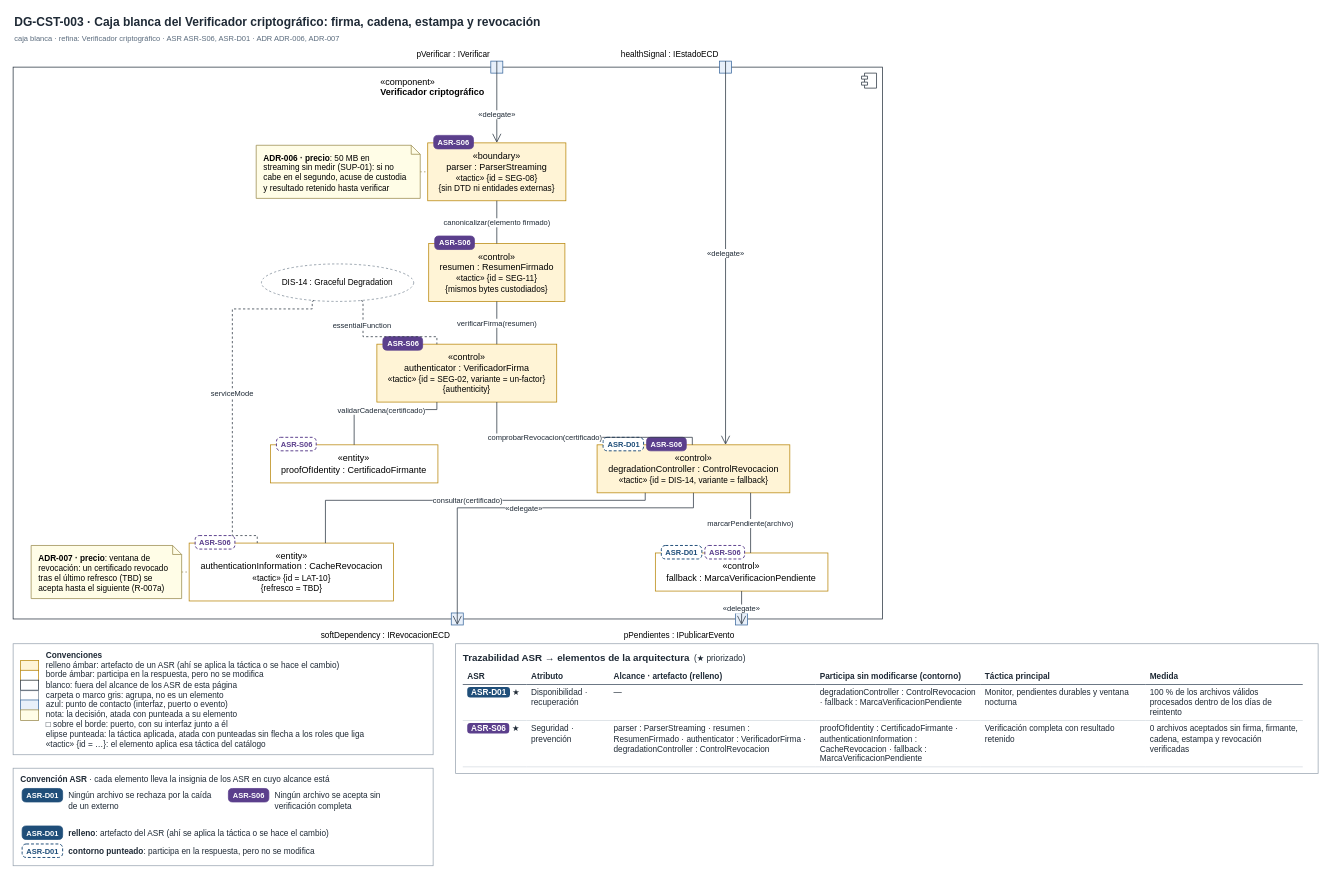
Earlier version of the draw.io diagram page "DG-CST-003 · Verificador criptográfico (caja blanca)" (4 of 4) of docs/modelos/drawio/vista-componentes.drawio (MATI-MBIT/arqsoft-reto-4). Source tidied: cells renumbered, new cells numbered last; positions are measured from the earlier drawing's top-left corner, leaving out a move shared by most shapes. Both pictures are drawn from the tidied source at 75%, with x=0, y=0 at pixel (13, 13).
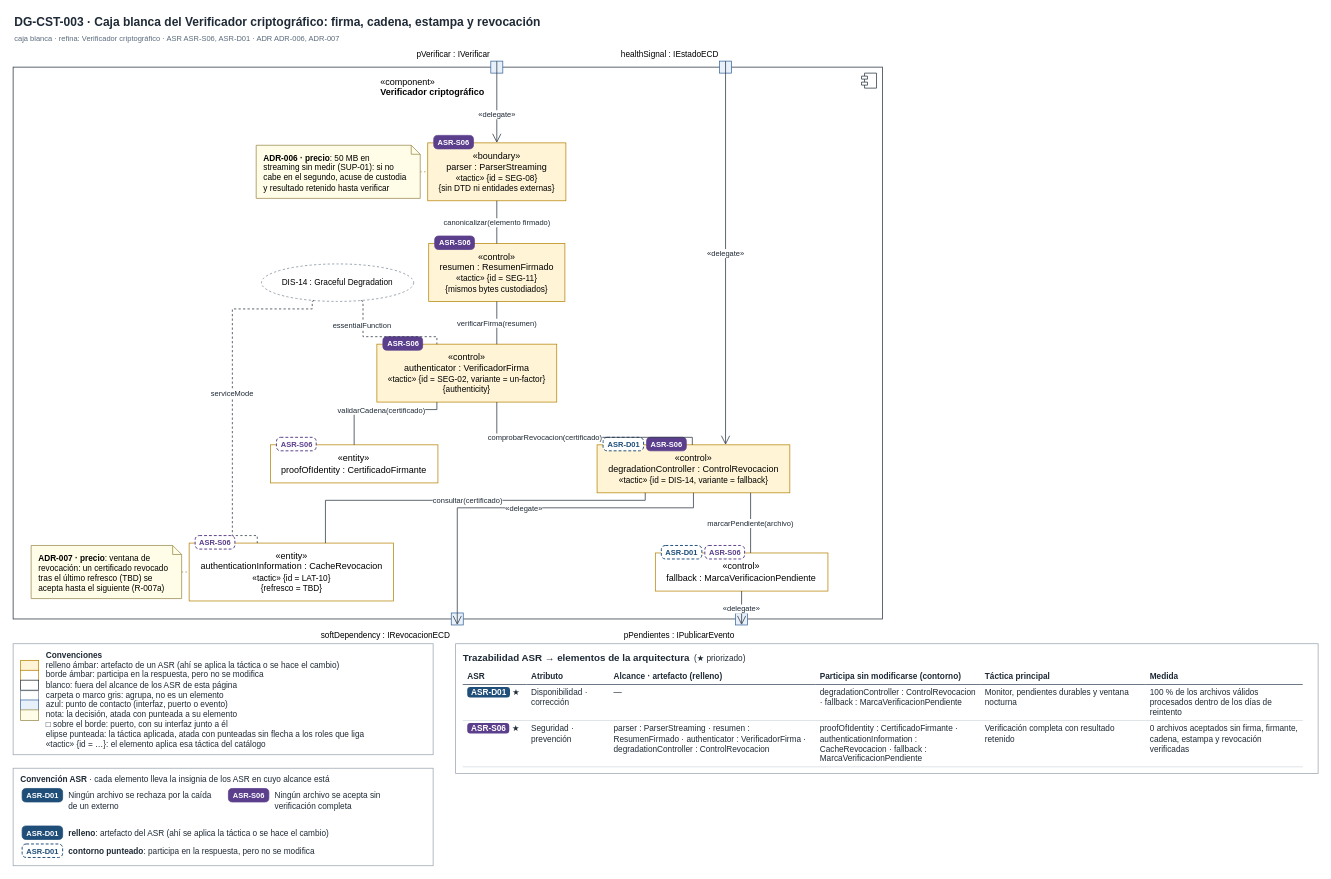
Above is the later version.

The edit, as a diff of the source:
```diff
@@
-    <mxCell id="59" value="&lt;b style=&quot;font-size:13px&quot;&gt;Trazabilidad ASR → elementos de la arquitectura&lt;/b&gt; &amp;nbsp;(★ priorizado)&lt;table style=&quot;border-collapse:collapse;table-layout:fixed;width:1120px;margin-top:6px;font-size:11px&quot;&gt;&lt;tr&gt;&lt;th style=&quot;border-bottom:1.5px solid #3B4B5C;text-align:left;padding:4px 6px;width:73px&quot;&gt;ASR&lt;/th&gt;&lt;th style=&quot;border-bottom:1.5px solid #3B4B5C;text-align:left;padding:4px 6px;width:98px&quot;&gt;Atributo&lt;/th&gt;&lt;th style=&quot;border-bottom:1.5px solid #3B4B5C;text-align:left;padding:4px 6px;width:263px&quot;&gt;Alcance · artefacto (relleno)&lt;/th&gt;&lt;th style=&quot;border-bottom:1.5px solid #3B4B5C;text-align:left;padding:4px 6px;width:208px&quot;&gt;Participa sin modificarse (contorno)&lt;/th&gt;&lt;th style=&quot;border-bottom:1.5px solid #3B4B5C;text-align:left;padding:4px 6px;width:208px&quot;&gt;Táctica principal&lt;/th&gt;&lt;th style=&quot;border-bottom:1.5px solid #3B4B5C;text-align:left;padding:4px 6px;width:198px&quot;&gt;Medida&lt;/th&gt;&lt;/tr&gt;&lt;tr&gt;&lt;td style=&quot;border-bottom:1px solid #D5DBE1;padding:4px 6px;vertical-align:top;white-space:nowrap&quot;&gt;&lt;span style=&quot;background:#1F4E79;color:#fff;font-weight:bold;padding:1px 5px;border-radius:4px&quot;&gt;ASR-D01&lt;/span&gt; ★&lt;/td&gt;&lt;td style=&quot;border-bottom:1px solid #D5DBE1;padding:4px 6px;vertical-align:top&quot;&gt;Disponibilidad · recuperación&lt;/td&gt;&lt;td style=&quot;border-bottom:1px solid #D5DBE1;padding:4px 6px;vertical-align:top&quot;&gt;—&lt;/td&gt;&lt;td style=&quot;border-bottom:1px solid #D5DBE1;padding:4px 6px;vertical-align:top&quot;&gt;degradationController : ControlRevocacion · fallback : MarcaVerificacionPendiente&lt;/td&gt;&lt;td style=&quot;border-bottom:1px solid #D5DBE1;padding:4px 6px;vertical-align:top&quot;&gt;Monitor, pendientes durables y ventana nocturna&lt;/td&gt;&lt;td style=&quot;border-bottom:1px solid #D5DBE1;padding:4px 6px;vertical-align:top&quot;&gt;100 % de los archivos válidos procesados dentro de los días de reintento&lt;/td&gt;&lt;/tr&gt;&lt;tr&gt;&lt;td style=&quot;border-bottom:1px solid #D5DBE1;padding:4px 6px;vertical-align:top;white-space:nowrap&quot;&gt;&lt;span style=&quot;background:#5B3F8C;color:#fff;font-weight:bold;padding:1px 5px;border-radius:4px&quot;&gt;ASR-S06&lt;/span&gt; ★&lt;/td&gt;&lt;td style=&quot;border-bottom:1px solid #D5DBE1;padding:4px 6px;vertical-align:top&quot;&gt;Seguridad · prevención&lt;/td&gt;&lt;td style=&quot;border-bottom:1px solid #D5DBE1;padding:4px 6px;vertical-align:top&quot;&gt;parser : ParserStreaming · resumen : ResumenFirmado · authenticator : VerificadorFirma · degradationController : ControlRevocacion&lt;/td&gt;&lt;td style=&quot;border-bottom:1px solid #D5DBE1;padding:4px 6px;vertical-align:top&quot;&gt;proofOfIdentity : CertificadoFirmante · authenticationInformation : CacheRevocacion · fallback : MarcaVerificacionPendiente&lt;/td&gt;&lt;td style=&quot;border-bottom:1px solid #D5DBE1;padding:4px 6px;vertical-align:top&quot;&gt;Verificación completa con resultado retenido&lt;/td&gt;&lt;td style=&quot;border-bottom:1px solid #D5DBE1;padding:4px 6px;vertical-align:top&quot;&gt;0 archivos aceptados sin firma, firmante, cadena, estampa y revocación verificadas&lt;/td&gt;&lt;/tr&gt;&lt;/table&gt;" style="text;rounded=0;whiteSpace=wrap;html=1;fillColor=#FFFFFF;strokeColor=#9AA5B1;align=left;verticalAlign=top;spacingLeft=8;spacingRight=8;spacingTop=4;fontFamily=Helvetica;fontSize=11;fontColor=#1F2A36;" parent="1" vertex="1">
+    <mxCell id="59" value="&lt;b style=&quot;font-size:13px&quot;&gt;Trazabilidad ASR → elementos de la arquitectura&lt;/b&gt; &amp;nbsp;(★ priorizado)&lt;table style=&quot;border-collapse:collapse;table-layout:fixed;width:1120px;margin-top:6px;font-size:11px&quot;&gt;&lt;tr&gt;&lt;th style=&quot;border-bottom:1.5px solid #3B4B5C;text-align:left;padding:4px 6px;width:73px&quot;&gt;ASR&lt;/th&gt;&lt;th style=&quot;border-bottom:1.5px solid #3B4B5C;text-align:left;padding:4px 6px;width:98px&quot;&gt;Atributo&lt;/th&gt;&lt;th style=&quot;border-bottom:1.5px solid #3B4B5C;text-align:left;padding:4px 6px;width:263px&quot;&gt;Alcance · artefacto (relleno)&lt;/th&gt;&lt;th style=&quot;border-bottom:1.5px solid #3B4B5C;text-align:left;padding:4px 6px;width:208px&quot;&gt;Participa sin modificarse (contorno)&lt;/th&gt;&lt;th style=&quot;border-bottom:1.5px solid #3B4B5C;text-align:left;padding:4px 6px;width:208px&quot;&gt;Táctica principal&lt;/th&gt;&lt;th style=&quot;border-bottom:1.5px solid #3B4B5C;text-align:left;padding:4px 6px;width:198px&quot;&gt;Medida&lt;/th&gt;&lt;/tr&gt;&lt;tr&gt;&lt;td style=&quot;border-bottom:1px solid #D5DBE1;padding:4px 6px;vertical-align:top;white-space:nowrap&quot;&gt;&lt;span style=&quot;background:#1F4E79;color:#fff;font-weight:bold;padding:1px 5px;border-radius:4px&quot;&gt;ASR-D01&lt;/span&gt; ★&lt;/td&gt;&lt;td style=&quot;border-bottom:1px solid #D5DBE1;padding:4px 6px;vertical-align:top&quot;&gt;Disponibilidad · corrección&lt;/td&gt;&lt;td style=&quot;border-bottom:1px solid #D5DBE1;padding:4px 6px;vertical-align:top&quot;&gt;—&lt;/td&gt;&lt;td style=&quot;border-bottom:1px solid #D5DBE1;padding:4px 6px;vertical-align:top&quot;&gt;degradationController : ControlRevocacion · fallback : MarcaVerificacionPendiente&lt;/td&gt;&lt;td style=&quot;border-bottom:1px solid #D5DBE1;padding:4px 6px;vertical-align:top&quot;&gt;Monitor, pendientes durables y ventana nocturna&lt;/td&gt;&lt;td style=&quot;border-bottom:1px solid #D5DBE1;padding:4px 6px;vertical-align:top&quot;&gt;100 % de los archivos válidos procesados dentro de los días de reintento&lt;/td&gt;&lt;/tr&gt;&lt;tr&gt;&lt;td style=&quot;border-bottom:1px solid #D5DBE1;padding:4px 6px;vertical-align:top;white-space:nowrap&quot;&gt;&lt;span style=&quot;background:#5B3F8C;color:#fff;font-weight:bold;padding:1px 5px;border-radius:4px&quot;&gt;ASR-S06&lt;/span&gt; ★&lt;/td&gt;&lt;td style=&quot;border-bottom:1px solid #D5DBE1;padding:4px 6px;vertical-align:top&quot;&gt;Seguridad · prevención&lt;/td&gt;&lt;td style=&quot;border-bottom:1px solid #D5DBE1;padding:4px 6px;vertical-align:top&quot;&gt;parser : ParserStreaming · resumen : ResumenFirmado · authenticator : VerificadorFirma · degradationController : ControlRevocacion&lt;/td&gt;&lt;td style=&quot;border-bottom:1px solid #D5DBE1;padding:4px 6px;vertical-align:top&quot;&gt;proofOfIdentity : CertificadoFirmante · authenticationInformation : CacheRevocacion · fallback : MarcaVerificacionPendiente&lt;/td&gt;&lt;td style=&quot;border-bottom:1px solid #D5DBE1;padding:4px 6px;vertical-align:top&quot;&gt;Verificación completa con resultado retenido&lt;/td&gt;&lt;td style=&quot;border-bottom:1px solid #D5DBE1;padding:4px 6px;vertical-align:top&quot;&gt;0 archivos aceptados sin firma, firmante, cadena, estampa y revocación verificadas&lt;/td&gt;&lt;/tr&gt;&lt;/table&gt;" style="text;rounded=0;whiteSpace=wrap;html=1;fillColor=#FFFFFF;strokeColor=#9AA5B1;align=left;verticalAlign=top;spacingLeft=8;spacingRight=8;spacingTop=4;fontFamily=Helvetica;fontSize=11;fontColor=#1F2A36;" parent="1" vertex="1">
       <mxGeometry x="590" y="840.8" width="1150" height="173" as="geometry" />
     </mxCell>
```
